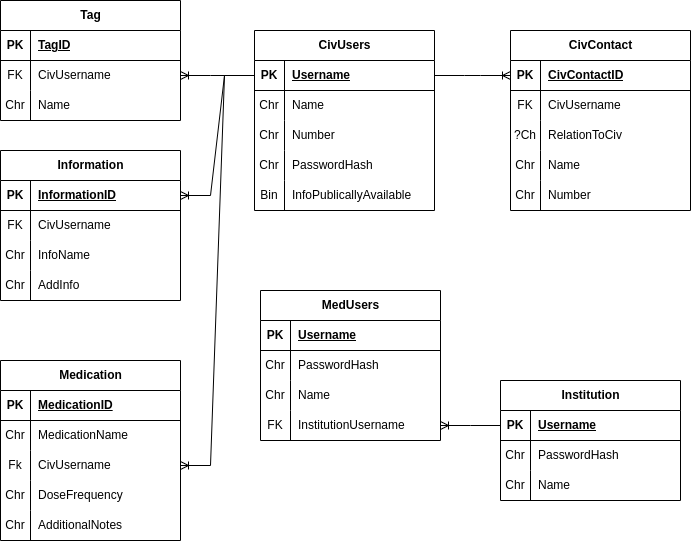
Before: supportDocs/EditableUML.png, a diagram exported from draw.io (br-jack/brishack2024). Source tidied: cells renumbered, new cells last; positions are measured from the earlier drawing's top-left corner, leaving out a move shared by most shapes.
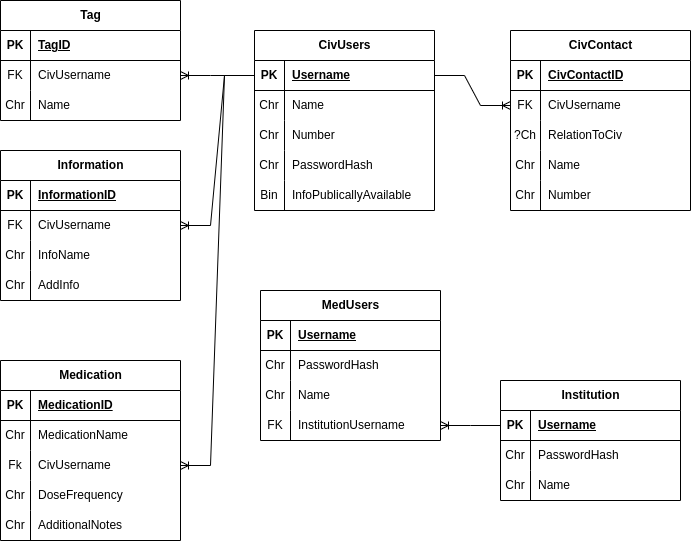
The same file after the commit.

The edit, as a diff of the source:
```diff
@@ -155,7 +155,7 @@
     <mxCell id="52" style="edgeStyle=entityRelationEdgeStyle;fontSize=12;html=1;endArrow=ERoneToMany;rounded=0;entryX=1;entryY=0.5;entryDx=0;entryDy=0;exitX=0;exitY=0.5;exitDx=0;exitDy=0;" parent="1" edge="1" source="43" target="38">
       <mxGeometry relative="1" as="geometry" />
     </mxCell>
-    <mxCell id="53" style="edgeStyle=entityRelationEdgeStyle;fontSize=12;html=1;endArrow=ERoneToMany;rounded=0;entryX=0;entryY=0.5;entryDx=0;entryDy=0;exitX=1;exitY=0.5;exitDx=0;exitDy=0;" parent="1" edge="1" source="3" target="55">
+    <mxCell id="53" style="edgeStyle=entityRelationEdgeStyle;fontSize=12;html=1;endArrow=ERoneToMany;rounded=0;entryX=0;entryY=0.5;entryDx=0;entryDy=0;exitX=1;exitY=0.5;exitDx=0;exitDy=0;" parent="1" edge="1" source="3" target="58">
       <mxGeometry relative="1" as="geometry" />
     </mxCell>
     <mxCell id="54" value="CivContact" style="shape=table;startSize=30;rowLines=0;fontStyle=1;align=center;html=1;" parent="1" vertex="1">
@@ -245,7 +245,7 @@
     <mxCell id="82" value="AddInfo" style="shape=partialRectangle;fillColor=none;top=0;left=0;bottom=0;right=0;align=left;spacingLeft=6;overflow=hidden;whiteSpace=wrap;html=1;" parent="80" vertex="1">
       <mxGeometry x="30" width="150" height="30" as="geometry" />
     </mxCell>
-    <mxCell id="83" style="edgeStyle=entityRelationEdgeStyle;fontSize=12;html=1;endArrow=ERoneToMany;rounded=0;exitX=0;exitY=0.5;exitDx=0;exitDy=0;entryX=1;entryY=0.5;entryDx=0;entryDy=0;" parent="1" edge="1" source="3" target="71">
+    <mxCell id="83" style="edgeStyle=entityRelationEdgeStyle;fontSize=12;html=1;endArrow=ERoneToMany;rounded=0;exitX=0;exitY=0.5;exitDx=0;exitDy=0;entryX=1;entryY=0.5;entryDx=0;entryDy=0;" parent="1" edge="1" source="3" target="74">
       <mxGeometry relative="1" as="geometry" />
     </mxCell>
     <mxCell id="84" value="Medication" style="shape=table;startSize=30;rowLines=0;fontStyle=1;align=center;html=1;" parent="1" vertex="1">
```
